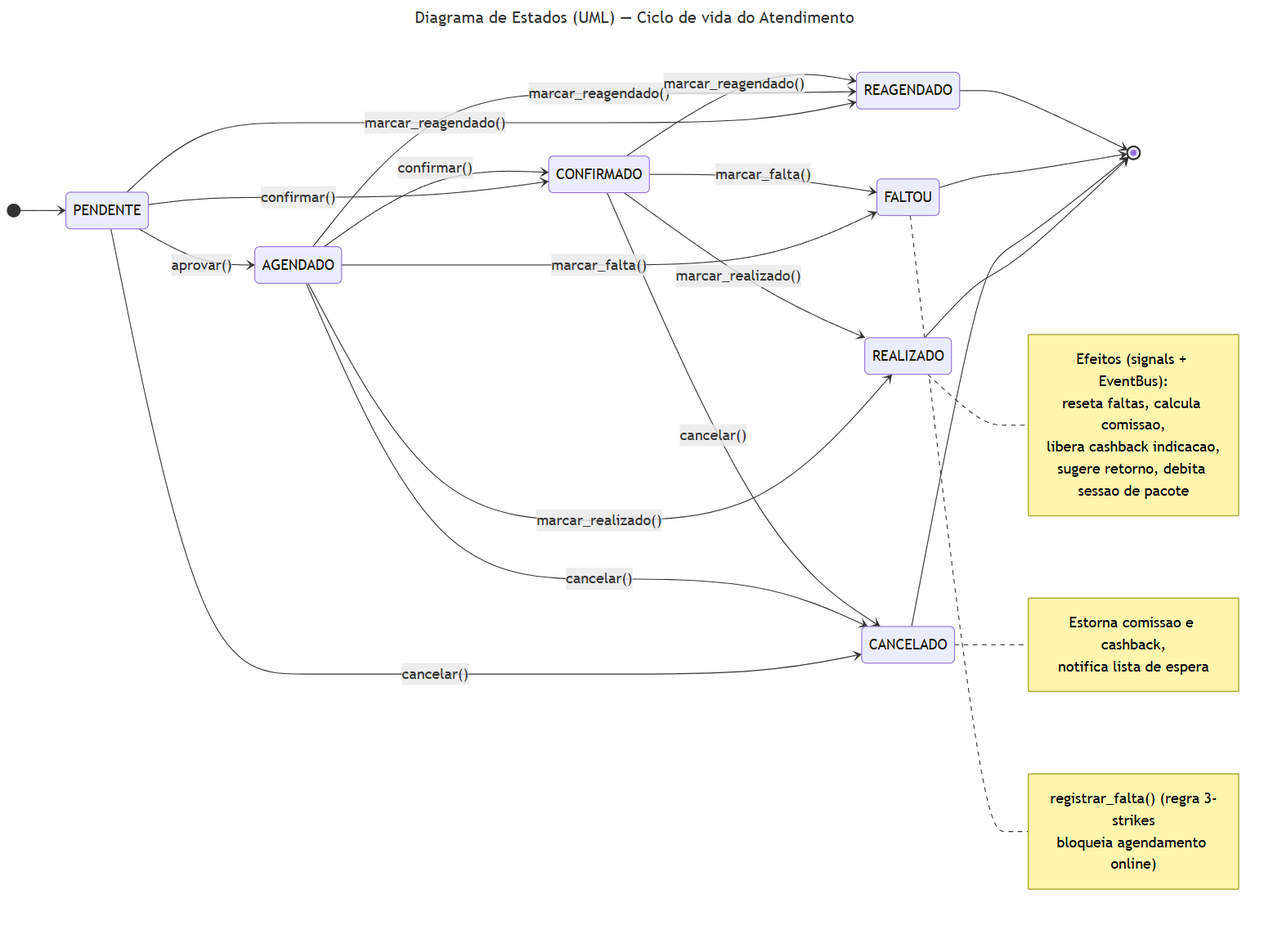
Above: docs/diagramas/06-estados-atendimento.png in RafaelSMaciel/jaqueline-aranha-estetica (Mermaid), before the change. Its source is kept beside it as docs/diagramas/06-estados-atendimento.mmd.
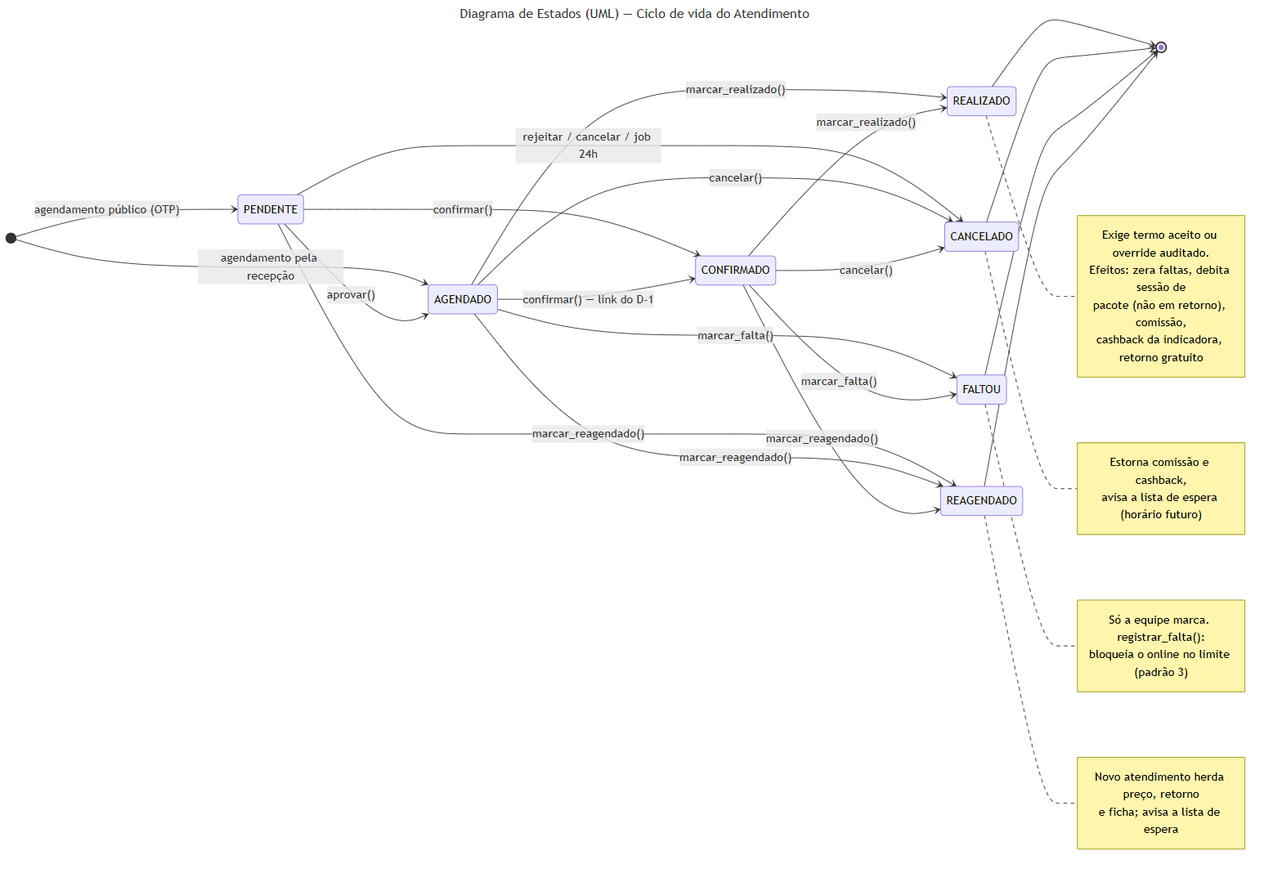
After the commit.

Change to the diagram source:
```diff
@@ -3,14 +3,15 @@
 ---
 stateDiagram-v2
     direction LR
-    [*] --> PENDENTE
+    [*] --> PENDENTE: agendamento público (OTP)
+    [*] --> AGENDADO: agendamento pela recepção
 
     PENDENTE --> AGENDADO: aprovar()
     PENDENTE --> CONFIRMADO: confirmar()
-    PENDENTE --> CANCELADO: cancelar()
+    PENDENTE --> CANCELADO: rejeitar / cancelar / job 24h
     PENDENTE --> REAGENDADO: marcar_reagendado()
 
-    AGENDADO --> CONFIRMADO: confirmar()
+    AGENDADO --> CONFIRMADO: confirmar() — link do D-1
     AGENDADO --> REALIZADO: marcar_realizado()
     AGENDADO --> CANCELADO: cancelar()
     AGENDADO --> FALTOU: marcar_falta()
@@ -27,16 +28,20 @@
     REAGENDADO --> [*]
 
     note right of REALIZADO
-      Efeitos (signals + EventBus):
-      reseta faltas, calcula comissao,
-      libera cashback indicacao,
-      sugere retorno, debita sessao de pacote
+      Exige termo aceito ou override auditado.
+      Efeitos: zera faltas, debita sessão de
+      pacote (não em retorno), comissão,
+      cashback da indicadora, retorno gratuito
     end note
     note right of CANCELADO
-      Estorna comissao e cashback,
-      notifica lista de espera
+      Estorna comissão e cashback,
+      avisa a lista de espera (horário futuro)
     end note
     note right of FALTOU
-      registrar_falta() (regra 3-strikes
-      bloqueia agendamento online)
+      Só a equipe marca. registrar_falta():
+      bloqueia o online no limite (padrão 3)
     end note
+    note right of REAGENDADO
+      Novo atendimento herda preço, retorno
+      e ficha; avisa a lista de espera
+    end note
```
